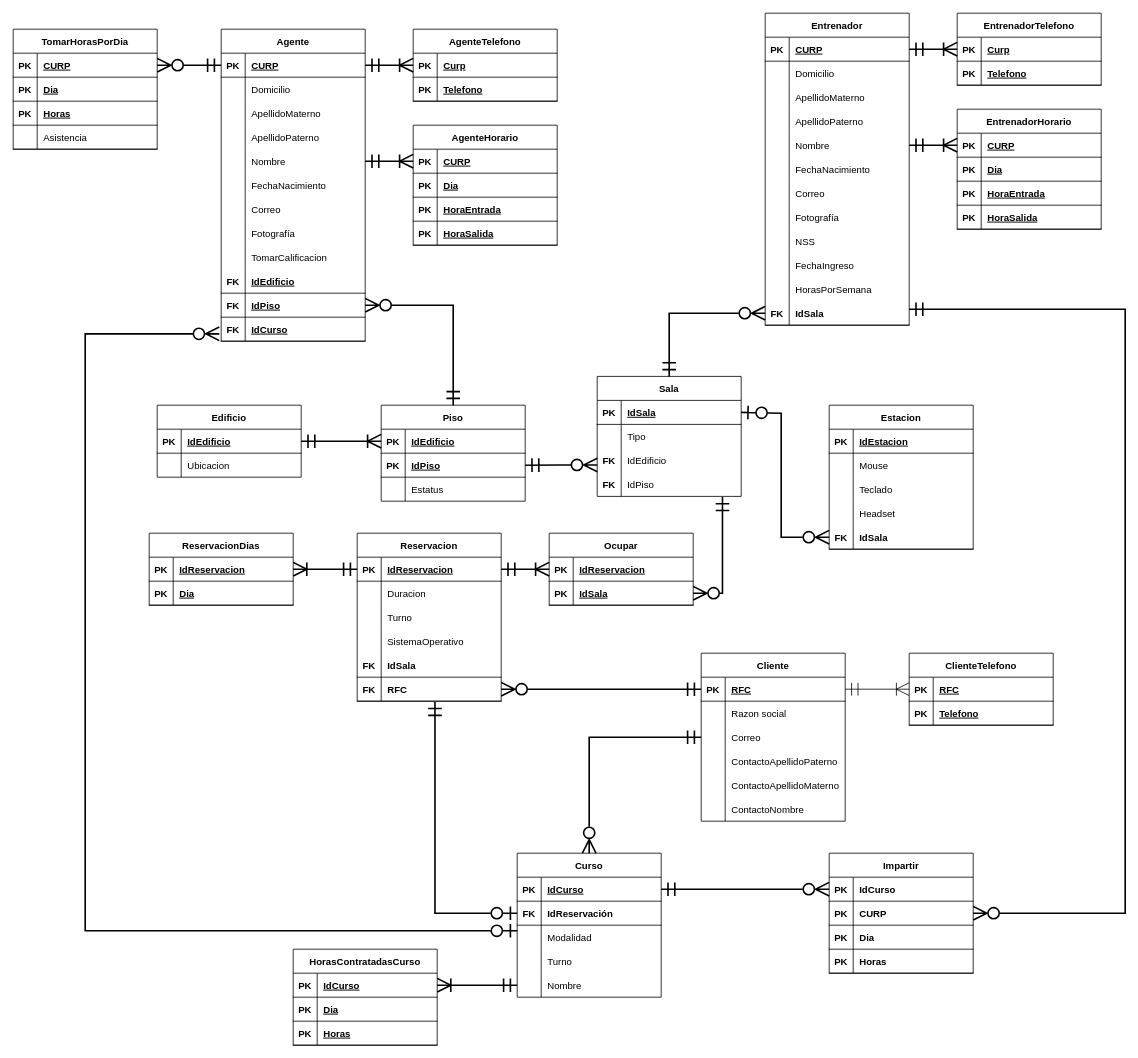
Before: ProyectoFinal/Diagramas/Relacional.drawio in frgaray/FBD-2023-1, a draw.io diagram. Source tidied: cells renumbered, new cells numbered last; positions are measured from the earlier drawing's top-left corner, leaving out a move shared by most shapes. Both pictures are drawn from the tidied source at 80%, with x=0, y=0 at pixel (13, 13).
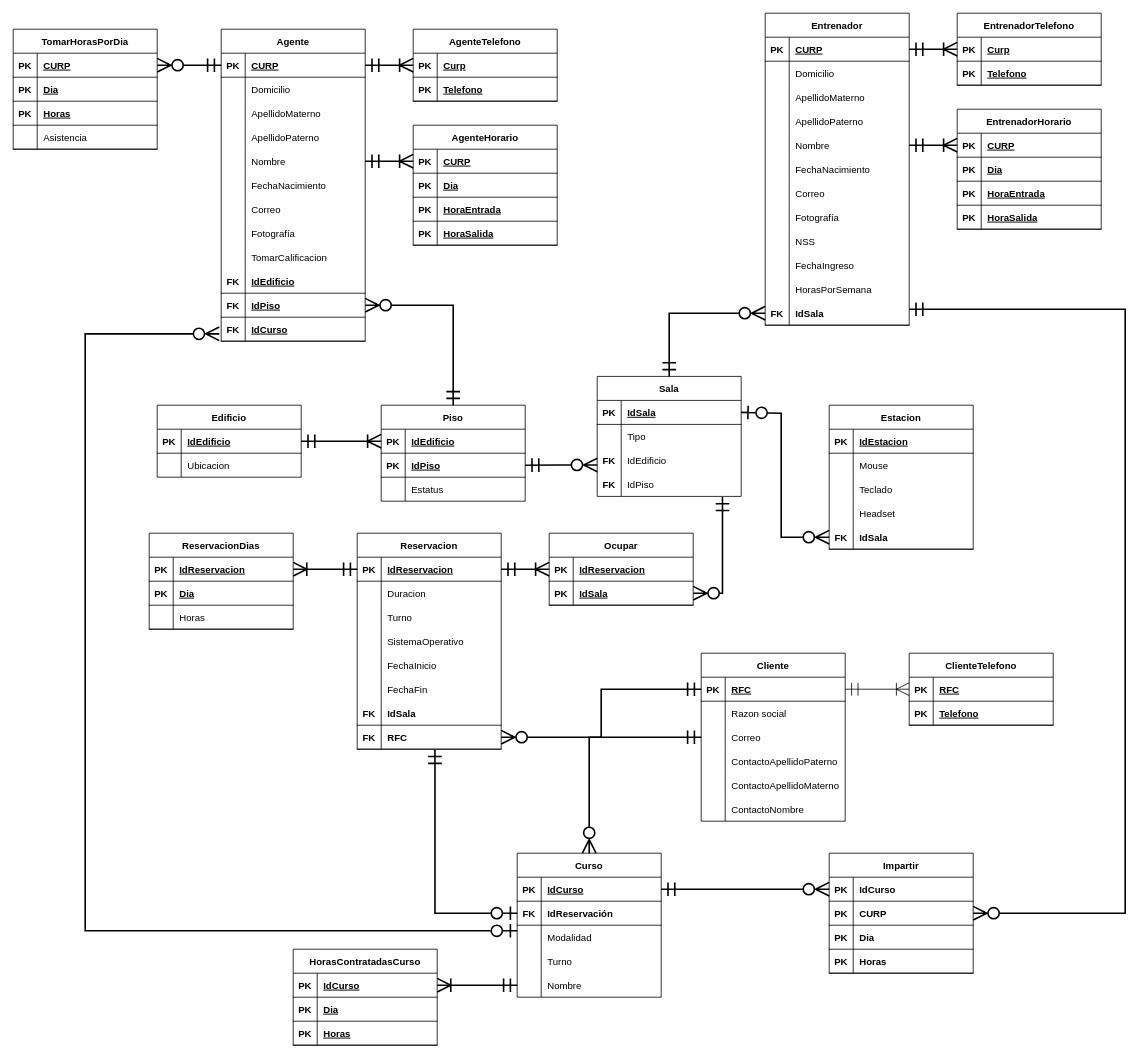
Above is the later version.

Commit message:
changing Reservacion

Change to the diagram source:
```diff
@@
     <mxCell id="214" value="Reservacion" style="shape=table;startSize=30;childLayout=tableLayout;rowLines=0;fontStyle=1;align=center;" parent="1" vertex="1">
-      <mxGeometry x="430" y="650" width="180" height="210" as="geometry" />
+      <mxGeometry x="430" y="650" width="180" height="270" as="geometry" />
     </mxCell>
@@
+    <mxCell id="294" style="shape=tableRow;horizontal=0;startSize=0;swimlaneHead=0;swimlaneBody=0;fillColor=none;top=0;left=0;right=0;bottom=0;" parent="214" vertex="1">
+      <mxGeometry y="150" width="180" height="30" as="geometry" />
+    </mxCell>
+    <mxCell id="295" style="shape=partialRectangle;fillColor=none;top=0;left=0;bottom=0;right=0;overflow=hidden;" parent="294" vertex="1">
+      <mxGeometry width="30" height="30" as="geometry" />
+    </mxCell>
+    <mxCell id="296" value="FechaInicio" style="shape=partialRectangle;fillColor=none;top=0;left=0;bottom=0;right=0;align=left;spacingLeft=6;overflow=hidden;" parent="294" vertex="1">
+      <mxGeometry x="30" width="150" height="30" as="geometry" />
+    </mxCell>
+    <mxCell id="297" style="shape=tableRow;horizontal=0;startSize=0;swimlaneHead=0;swimlaneBody=0;fillColor=none;top=0;left=0;right=0;bottom=0;" parent="214" vertex="1">
+      <mxGeometry y="180" width="180" height="30" as="geometry" />
+    </mxCell>
+    <mxCell id="298" style="shape=partialRectangle;fillColor=none;top=0;left=0;bottom=0;right=0;overflow=hidden;" parent="297" vertex="1">
+      <mxGeometry width="30" height="30" as="geometry" />
+    </mxCell>
+    <mxCell id="299" value="FechaFin" style="shape=partialRectangle;fillColor=none;top=0;left=0;bottom=0;right=0;align=left;spacingLeft=6;overflow=hidden;" parent="297" vertex="1">
+      <mxGeometry x="30" width="150" height="30" as="geometry" />
+    </mxCell>
     <mxCell id="227" style="shape=tableRow;horizontal=0;startSize=0;swimlaneHead=0;swimlaneBody=0;fillColor=none;top=0;left=0;right=0;bottom=1;" parent="214" vertex="1">
-      <mxGeometry y="150" width="180" height="30" as="geometry" />
+      <mxGeometry y="210" width="180" height="30" as="geometry" />
     </mxCell>
@@
     <mxCell id="230" style="shape=tableRow;horizontal=0;startSize=0;swimlaneHead=0;swimlaneBody=0;fillColor=none;points=[[0,0.5],[1,0.5]];portConstraint=eastwest;top=0;left=0;right=0;bottom=1;" parent="214" vertex="1">
-      <mxGeometry y="180" width="180" height="30" as="geometry" />
+      <mxGeometry y="240" width="180" height="30" as="geometry" />
     </mxCell>
@@
     <mxCell id="233" value="ReservacionDias" style="shape=table;startSize=30;childLayout=tableLayout;rowLines=0;fontStyle=1;align=center;" parent="1" vertex="1">
-      <mxGeometry x="170" y="650" width="180" height="90" as="geometry" />
+      <mxGeometry x="170" y="650" width="180" height="120" as="geometry" />
     </mxCell>
@@
+    <mxCell id="300" style="shape=tableRow;horizontal=0;startSize=0;swimlaneHead=0;swimlaneBody=0;fillColor=none;top=0;left=0;right=0;bottom=1;" parent="233" vertex="1">
+      <mxGeometry y="90" width="180" height="30" as="geometry" />
+    </mxCell>
+    <mxCell id="301" style="shape=partialRectangle;fillColor=none;top=0;left=0;bottom=0;right=0;fontStyle=1;overflow=hidden;" parent="300" vertex="1">
+      <mxGeometry width="30" height="30" as="geometry" />
+    </mxCell>
+    <mxCell id="302" value="Horas" style="shape=partialRectangle;fillColor=none;top=0;left=0;bottom=0;right=0;align=left;spacingLeft=6;fontStyle=0;overflow=hidden;" parent="300" vertex="1">
+      <mxGeometry x="30" width="150" height="30" as="geometry" />
+    </mxCell>
```
